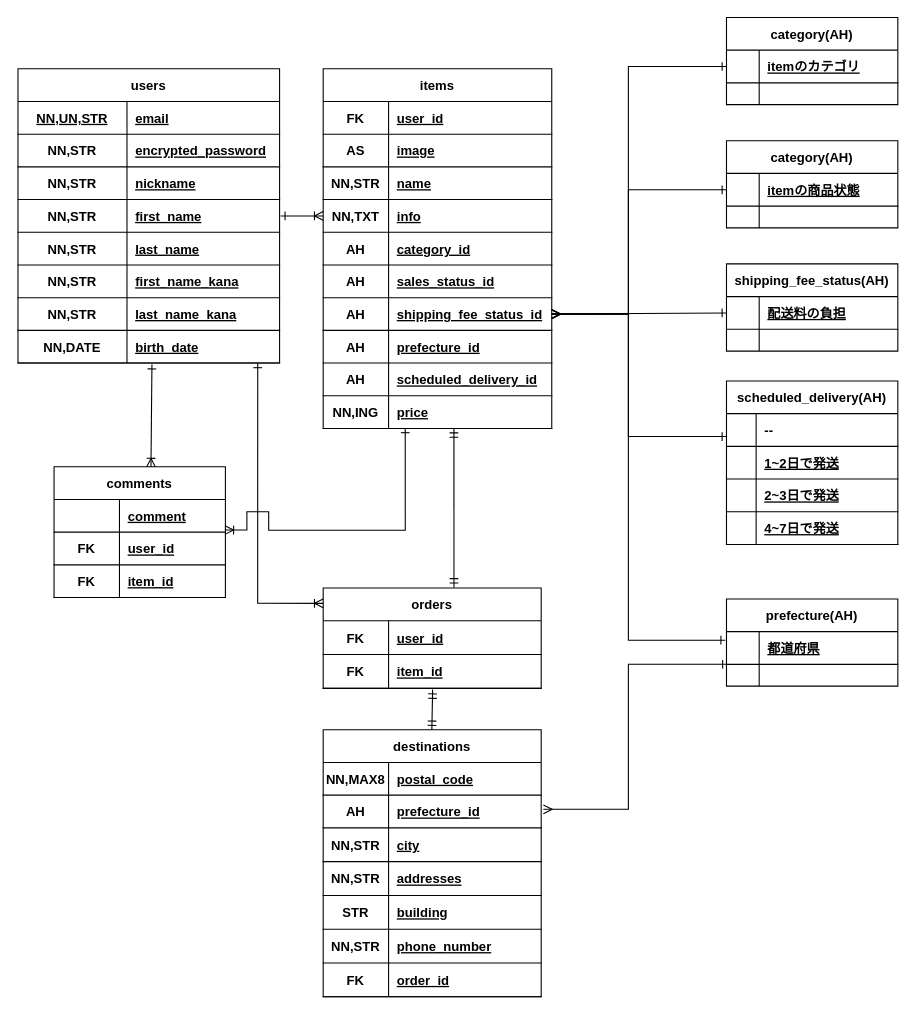
Above: ER図.dio in cwarlen-dice/furima-35518 (draw.io), before the change. Source tidied: cells renumbered, new cells numbered last; positions are measured from the earlier drawing's top-left corner, leaving out a move shared by most shapes. Both pictures are drawn from the tidied source at 109%, with x=0, y=0 at pixel (17, 17).
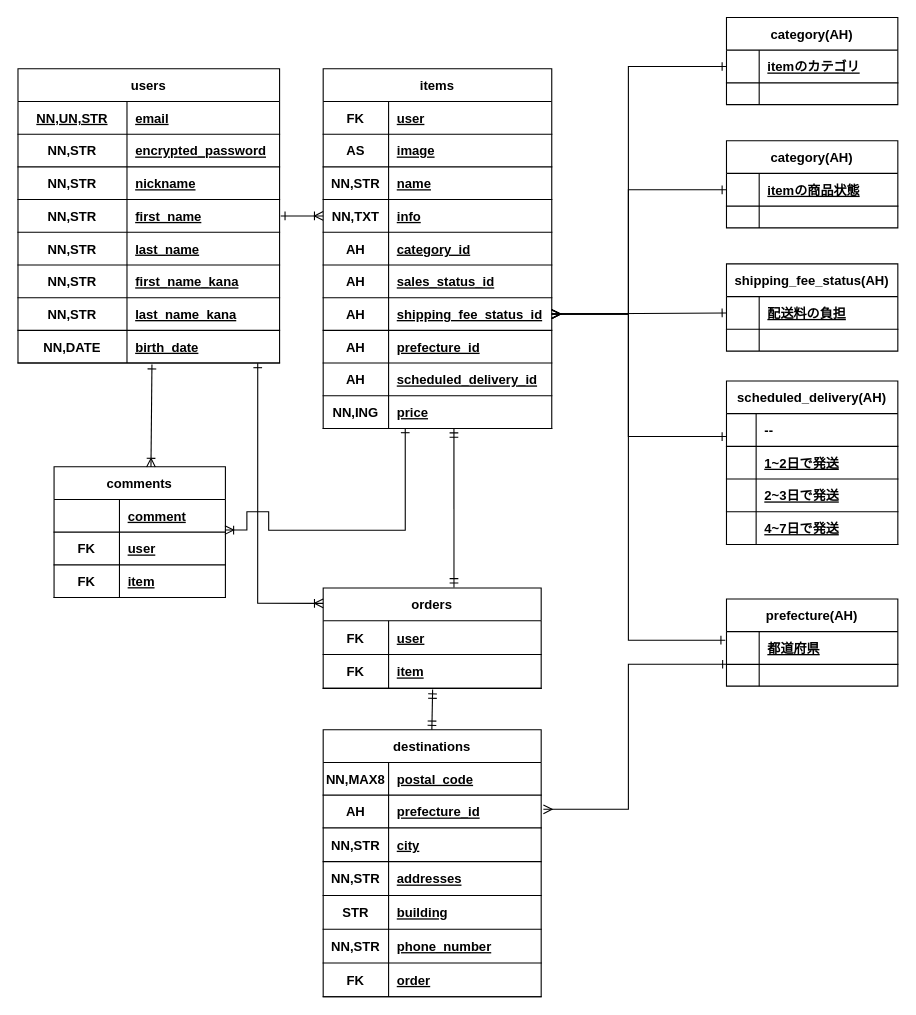
The same page after the edit.

Unchanged cells that the change refers to:
```xml
<mxCell id="28" style="shape=partialRectangle;fillColor=none;top=0;left=0;bottom=1;right=0;" parent="27" vertex="1">
  <mxGeometry y="30" width="209.7" height="30" as="geometry" />
</mxCell>
<mxCell id="62" style="shape=partialRectangle;fillColor=none;top=0;left=0;bottom=1;right=0;" parent="58" vertex="1">
  <mxGeometry y="60" width="157.2" height="30" as="geometry" />
</mxCell>
<mxCell id="65" style="shape=partialRectangle;fillColor=none;top=0;left=0;bottom=1;right=0;" parent="58" vertex="1">
  <mxGeometry y="90" width="157.2" height="30" as="geometry" />
</mxCell>
<mxCell id="116" style="shape=partialRectangle;fillColor=none;top=0;left=0;bottom=1;right=0;" parent="115" vertex="1">
  <mxGeometry y="30" width="200" height="31" as="geometry" />
</mxCell>
<mxCell id="119" style="shape=partialRectangle;fillColor=none;top=0;left=0;bottom=1;right=0;points=[[0,0.5],[1,0.5]];portConstraint=eastwest;" parent="115" vertex="1">
  <mxGeometry y="61" width="200" height="31" as="geometry" />
</mxCell>
<mxCell id="146" style="shape=partialRectangle;fillColor=none;top=0;left=0;bottom=1;right=0;" parent="127" vertex="1">
  <mxGeometry y="214" width="200" height="31" as="geometry" />
</mxCell>
```

Diff of the diagram source:
```diff
@@
-    <mxCell id="30" value="user_id" style="shape=partialRectangle;fillColor=none;top=0;left=0;bottom=0;right=0;align=left;spacingLeft=6;fontStyle=5;overflow=hidden;" parent="28" vertex="1">
+    <mxCell id="30" value="user" style="shape=partialRectangle;fillColor=none;top=0;left=0;bottom=0;right=0;align=left;spacingLeft=6;fontStyle=5;overflow=hidden;" parent="28" vertex="1">
       <mxGeometry x="60" width="149.7" height="30" as="geometry" />
     </mxCell>
@@
-    <mxCell id="64" value="user_id" style="shape=partialRectangle;fillColor=none;top=0;left=0;bottom=0;right=0;align=left;spacingLeft=6;fontStyle=5;overflow=hidden;" parent="62" vertex="1">
+    <mxCell id="64" value="user" style="shape=partialRectangle;fillColor=none;top=0;left=0;bottom=0;right=0;align=left;spacingLeft=6;fontStyle=5;overflow=hidden;" parent="62" vertex="1">
       <mxGeometry x="60" width="97.2" height="30" as="geometry" />
     </mxCell>
@@
-    <mxCell id="67" value="item_id" style="shape=partialRectangle;fillColor=none;top=0;left=0;bottom=0;right=0;align=left;spacingLeft=6;fontStyle=5;overflow=hidden;" parent="65" vertex="1">
+    <mxCell id="67" value="item" style="shape=partialRectangle;fillColor=none;top=0;left=0;bottom=0;right=0;align=left;spacingLeft=6;fontStyle=5;overflow=hidden;" parent="65" vertex="1">
       <mxGeometry x="60" width="97.2" height="30" as="geometry" />
     </mxCell>
@@
-    <mxCell id="118" value="user_id" style="shape=partialRectangle;fillColor=none;top=0;left=0;bottom=0;right=0;align=left;spacingLeft=6;fontStyle=5;overflow=hidden;" parent="116" vertex="1">
+    <mxCell id="118" value="user" style="shape=partialRectangle;fillColor=none;top=0;left=0;bottom=0;right=0;align=left;spacingLeft=6;fontStyle=5;overflow=hidden;" parent="116" vertex="1">
       <mxGeometry x="60" width="140" height="31" as="geometry" />
     </mxCell>
@@
-    <mxCell id="121" value="item_id" style="shape=partialRectangle;fillColor=none;top=0;left=0;bottom=0;right=0;align=left;spacingLeft=6;fontStyle=5;overflow=hidden;" parent="119" vertex="1">
+    <mxCell id="121" value="item" style="shape=partialRectangle;fillColor=none;top=0;left=0;bottom=0;right=0;align=left;spacingLeft=6;fontStyle=5;overflow=hidden;" parent="119" vertex="1">
       <mxGeometry x="60" width="140" height="31" as="geometry" />
     </mxCell>
@@
-    <mxCell id="148" value="order_id" style="shape=partialRectangle;fillColor=none;top=0;left=0;bottom=0;right=0;align=left;spacingLeft=6;fontStyle=5;overflow=hidden;" parent="146" vertex="1">
+    <mxCell id="148" value="order" style="shape=partialRectangle;fillColor=none;top=0;left=0;bottom=0;right=0;align=left;spacingLeft=6;fontStyle=5;overflow=hidden;" parent="146" vertex="1">
       <mxGeometry x="60" width="140" height="31" as="geometry" />
     </mxCell>
```
